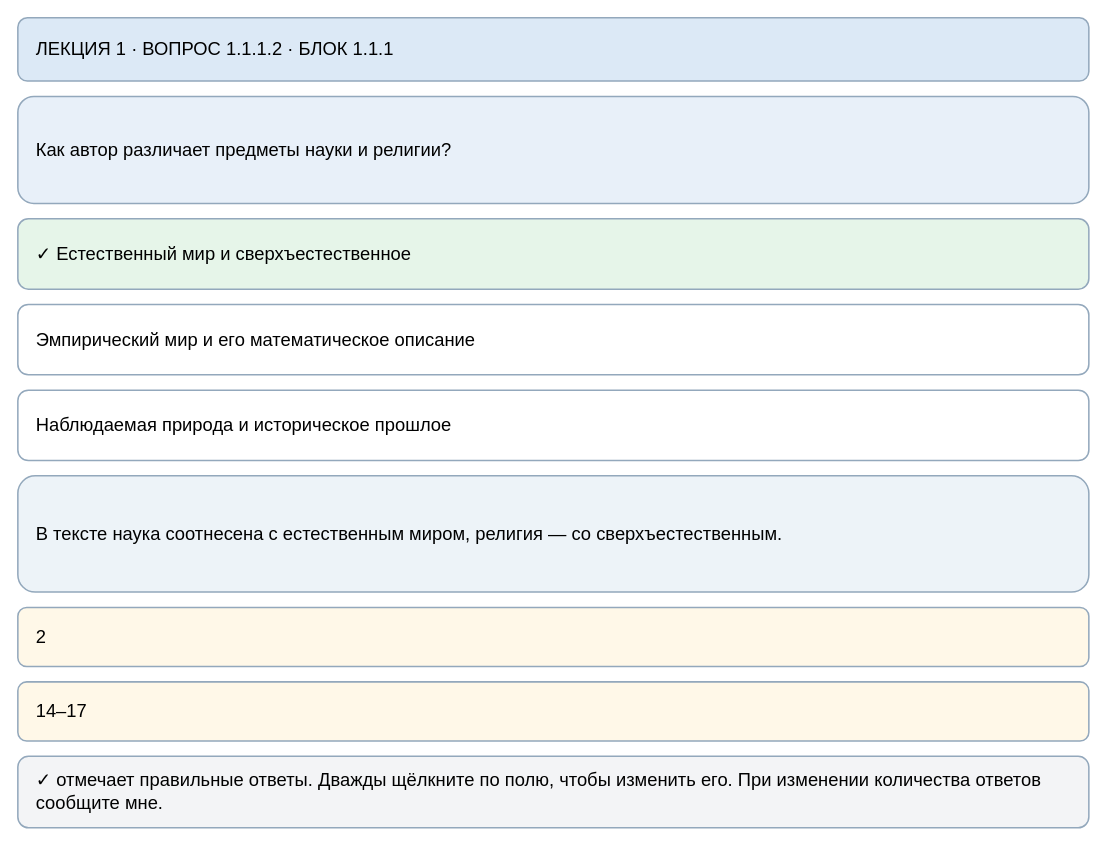
This is page "1.1.1.2" (2 of 36) of maps/lecture-01-test-editor.drawio from slobodatablichka/apologetika-test, a draw.io file, before an edit. Source tidied: cells renumbered, new cells numbered last; positions are measured from the earlier drawing's top-left corner, leaving out a move shared by most shapes. Both pictures are drawn from the tidied source at 102%, with x=0, y=0 at pixel (17, 17).
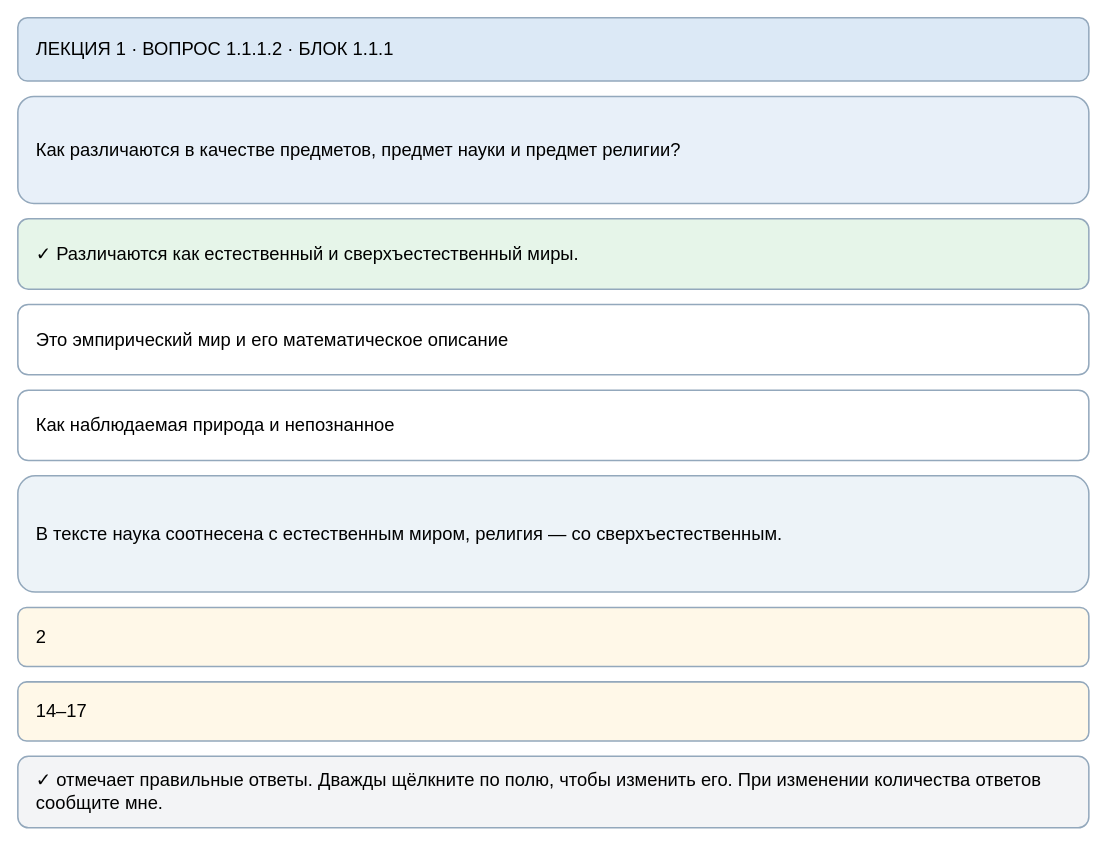
Above is the later version.

The edit, as a diff of the source:
```diff
@@
 <mxGraphModel>
   <root>
     <mxCell id="0" />
     <mxCell id="1" parent="0" />
     <mxCell id="2" value="ЛЕКЦИЯ 1 · ВОПРОС 1.1.1.2 · БЛОК 1.1.1" style="rounded=1;whiteSpace=wrap;html=1;align=left;verticalAlign=middle;spacingLeft=16;spacingRight=16;fontSize=18;fillColor=#dce9f6;strokeColor=#93a8bc;strokeWidth=1.5;" parent="1" vertex="1">
       <mxGeometry width="1050" height="62" as="geometry" />
     </mxCell>
-    <mxCell id="3" value="Как автор различает предметы науки и религии?" style="rounded=1;whiteSpace=wrap;html=1;align=left;verticalAlign=middle;spacingLeft=16;spacingRight=16;fontSize=18;fillColor=#e8f0f9;strokeColor=#93a8bc;strokeWidth=1.5;" parent="1" vertex="1">
+    <mxCell id="3" value="Как различаются в качестве предметов, предмет науки и предмет религии?" style="rounded=1;whiteSpace=wrap;html=1;align=left;verticalAlign=middle;spacingLeft=16;spacingRight=16;fontSize=18;fillColor=#e8f0f9;strokeColor=#93a8bc;strokeWidth=1.5;" parent="1" vertex="1">
       <mxGeometry y="77" width="1050" height="105" as="geometry" />
     </mxCell>
-    <mxCell id="4" value="✓ Естественный мир и сверхъестественное" style="rounded=1;whiteSpace=wrap;html=1;align=left;verticalAlign=middle;spacingLeft=16;spacingRight=16;fontSize=18;fillColor=#e6f5e9;strokeColor=#93a8bc;strokeWidth=1.5;" parent="1" vertex="1">
+    <mxCell id="4" value="✓ Различаются как естественный и сверхъестественный миры." style="rounded=1;whiteSpace=wrap;html=1;align=left;verticalAlign=middle;spacingLeft=16;spacingRight=16;fontSize=18;fillColor=#e6f5e9;strokeColor=#93a8bc;strokeWidth=1.5;" parent="1" vertex="1">
       <mxGeometry y="197" width="1050" height="69" as="geometry" />
     </mxCell>
-    <mxCell id="5" value="Эмпирический мир и его математическое описание" style="rounded=1;whiteSpace=wrap;html=1;align=left;verticalAlign=middle;spacingLeft=16;spacingRight=16;fontSize=18;fillColor=#ffffff;strokeColor=#93a8bc;strokeWidth=1.5;" parent="1" vertex="1">
+    <mxCell id="5" value="Это эмпирический мир и его математическое описание" style="rounded=1;whiteSpace=wrap;html=1;align=left;verticalAlign=middle;spacingLeft=16;spacingRight=16;fontSize=18;fillColor=#ffffff;strokeColor=#93a8bc;strokeWidth=1.5;" parent="1" vertex="1">
       <mxGeometry y="281" width="1050" height="69" as="geometry" />
     </mxCell>
-    <mxCell id="6" value="Наблюдаемая природа и историческое прошлое" style="rounded=1;whiteSpace=wrap;html=1;align=left;verticalAlign=middle;spacingLeft=16;spacingRight=16;fontSize=18;fillColor=#ffffff;strokeColor=#93a8bc;strokeWidth=1.5;" parent="1" vertex="1">
+    <mxCell id="6" value="Как наблюдаемая природа и непознанное" style="rounded=1;whiteSpace=wrap;html=1;align=left;verticalAlign=middle;spacingLeft=16;spacingRight=16;fontSize=18;fillColor=#ffffff;strokeColor=#93a8bc;strokeWidth=1.5;" parent="1" vertex="1">
       <mxGeometry y="365" width="1050" height="69" as="geometry" />
     </mxCell>
     <mxCell id="7" value="В тексте наука соотнесена с естественным миром, религия — со сверхъестественным." style="rounded=1;whiteSpace=wrap;html=1;align=left;verticalAlign=middle;spacingLeft=16;spacingRight=16;fontSize=18;fillColor=#edf3f8;strokeColor=#93a8bc;strokeWidth=1.5;" parent="1" vertex="1">
       <mxGeometry y="449" width="1050" height="114" as="geometry" />
     </mxCell>
     <mxCell id="8" value="2" style="rounded=1;whiteSpace=wrap;html=1;align=left;verticalAlign=middle;spacingLeft=16;spacingRight=16;fontSize=18;fillColor=#fff8e8;strokeColor=#93a8bc;strokeWidth=1.5;" parent="1" vertex="1">
       <mxGeometry y="578" width="1050" height="58" as="geometry" />
     </mxCell>
     <mxCell id="9" value="14–17" style="rounded=1;whiteSpace=wrap;html=1;align=left;verticalAlign=middle;spacingLeft=16;spacingRight=16;fontSize=18;fillColor=#fff8e8;strokeColor=#93a8bc;strokeWidth=1.5;" parent="1" vertex="1">
       <mxGeometry y="651" width="1050" height="58" as="geometry" />
     </mxCell>
     <mxCell id="10" value="✓ отмечает правильные ответы. Дважды щёлкните по полю, чтобы изменить его. При изменении количества ответов сообщите мне." style="rounded=1;whiteSpace=wrap;html=1;align=left;verticalAlign=middle;spacingLeft=16;spacingRight=16;fontSize=18;fillColor=#f3f4f6;strokeColor=#93a8bc;strokeWidth=1.5;" parent="1" vertex="1">
       <mxGeometry y="724" width="1050" height="70" as="geometry" />
     </mxCell>
   </root>
 </mxGraphModel>
```
